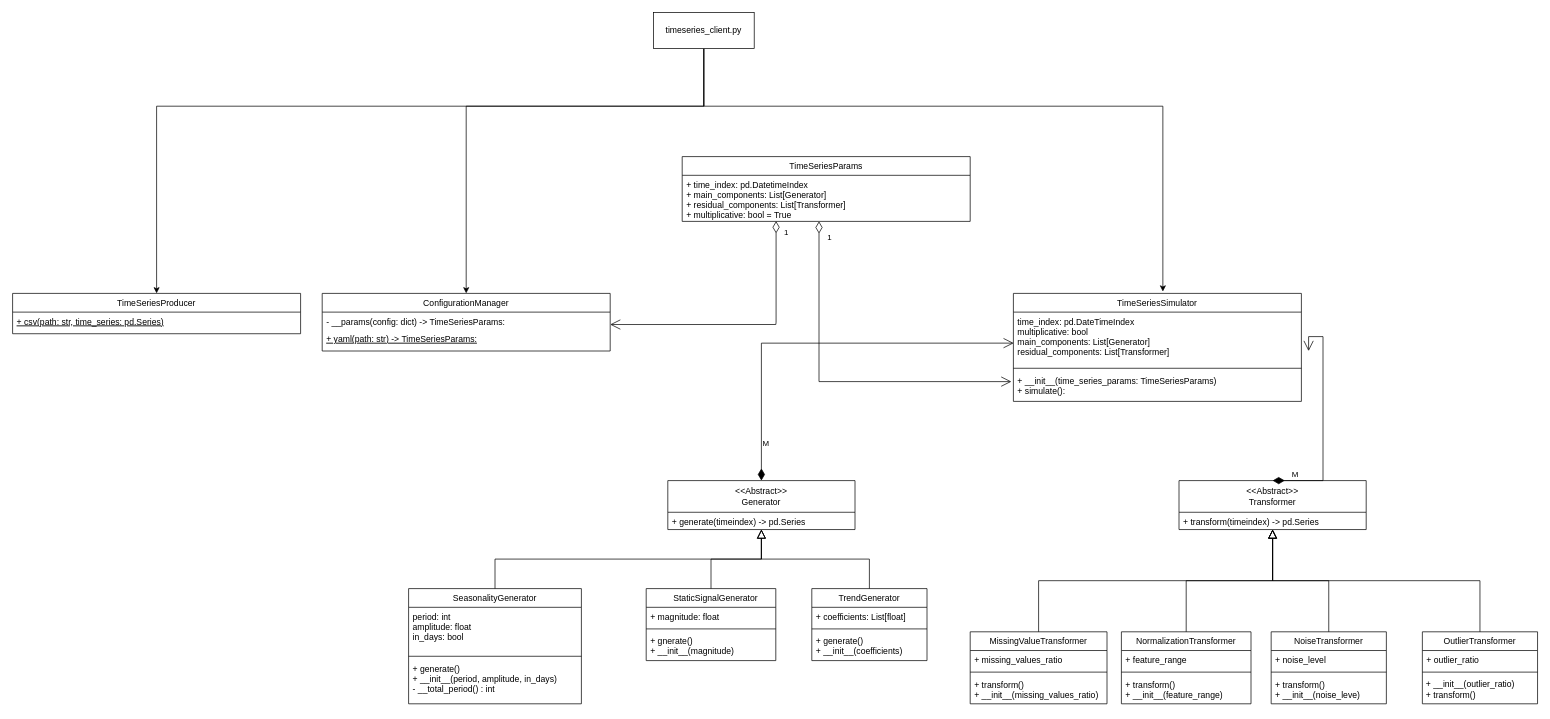
The draw.io diagram SWE principles/timeseries_simulator.drawio in MMostafa-Hub/GS-Headway-Data-Track, before the edit. Source tidied: cells renumbered, new cells numbered last; positions are measured from the earlier drawing's top-left corner, leaving out a move shared by most shapes. Both pictures are drawn from the tidied source at 72%, with x=0, y=0 at pixel (12, 12).
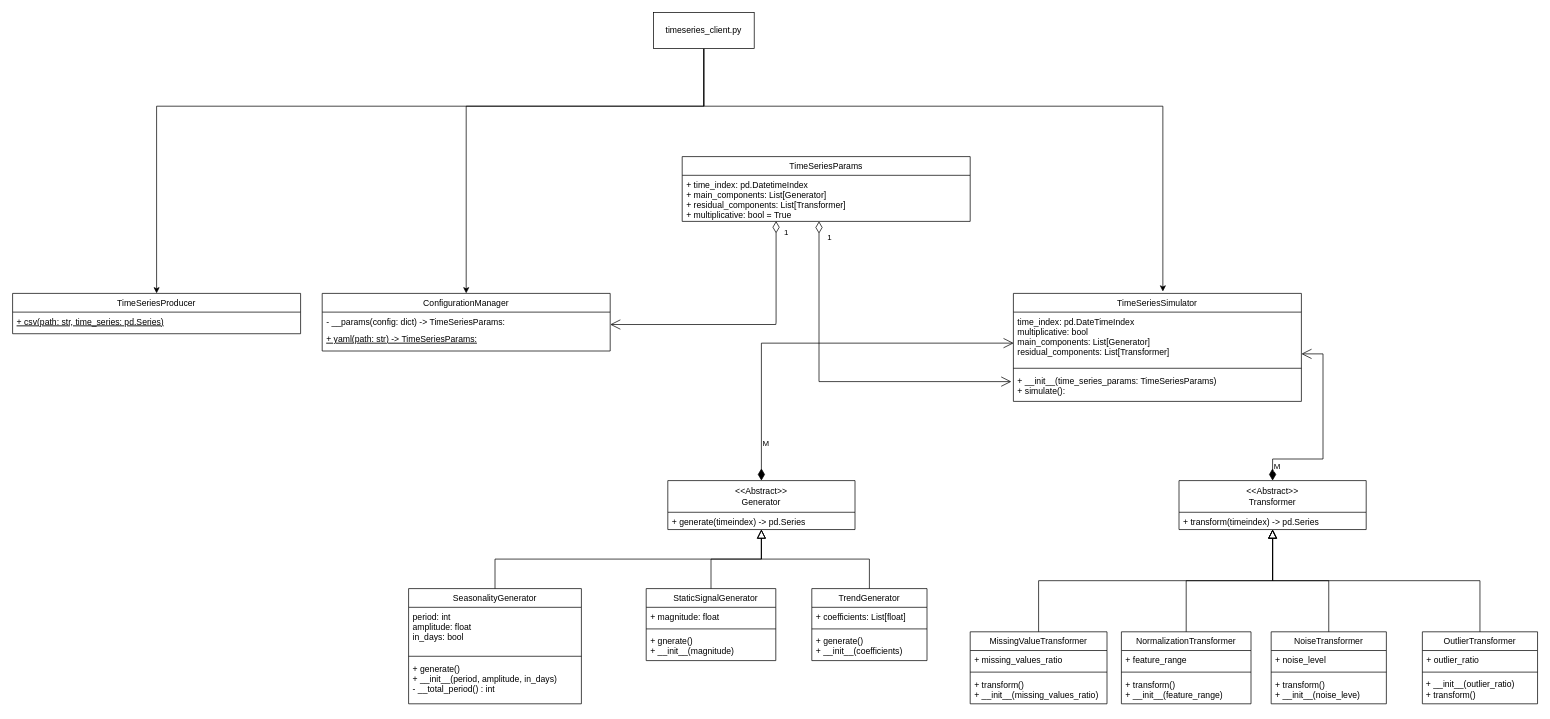
After the change.

Commit message:
Fix some visual error

Unchanged cells that the change refers to:
```xml
<mxCell id="3" value="time_index: pd.DateTimeIndex&#10;multiplicative: bool &#10;main_components: List[Generator]&#10;residual_components: List[Transformer]&#10;" style="text;align=left;verticalAlign=top;spacingLeft=4;spacingRight=4;overflow=hidden;points=[[0,0.5],[1,0.5]];portConstraint=eastwest;" parent="2" vertex="1">
  <mxGeometry y="26" width="400" height="74" as="geometry" />
</mxCell>
<mxCell id="16" value="&amp;lt;&amp;lt;Abstract&amp;gt;&amp;gt;&lt;br&gt;Transformer" style="swimlane;fontStyle=0;horizontal=1;startSize=44;fillColor=none;whiteSpace=wrap;html=1;" parent="1" vertex="1">
  <mxGeometry x="1620" y="650" width="260" height="68" as="geometry" />
</mxCell>
```

The edit, as a diff of the source:
```diff
@@
-    <mxCell id="28" value="M" style="endArrow=open;html=1;endSize=12;startArrow=diamondThin;startSize=14;startFill=1;edgeStyle=orthogonalEdgeStyle;align=left;verticalAlign=bottom;rounded=0;exitX=0.5;exitY=0;exitDx=0;exitDy=0;entryX=1.025;entryY=0.73;entryDx=0;entryDy=0;entryPerimeter=0;" parent="1" edge="1" source="16" target="3">
-      <mxGeometry x="-0.84" relative="1" as="geometry">
+    <mxCell id="28" value="M" style="endArrow=open;html=1;endSize=12;startArrow=diamondThin;startSize=14;startFill=1;edgeStyle=orthogonalEdgeStyle;align=left;verticalAlign=bottom;rounded=0;exitX=0.5;exitY=0;exitDx=0;exitDy=0;entryX=1;entryY=0.784;entryDx=0;entryDy=0;entryPerimeter=0;" parent="1" edge="1" source="16" target="3">
+      <mxGeometry x="-0.93" relative="1" as="geometry">
         <Array as="points">
-          <mxPoint x="1820" y="650" />
-          <mxPoint x="1820" y="450" />
+          <mxPoint x="1750" y="620" />
+          <mxPoint x="1820" y="620" />
+          <mxPoint x="1820" y="474" />
         </Array>
       </mxGeometry>
     </mxCell>
```
